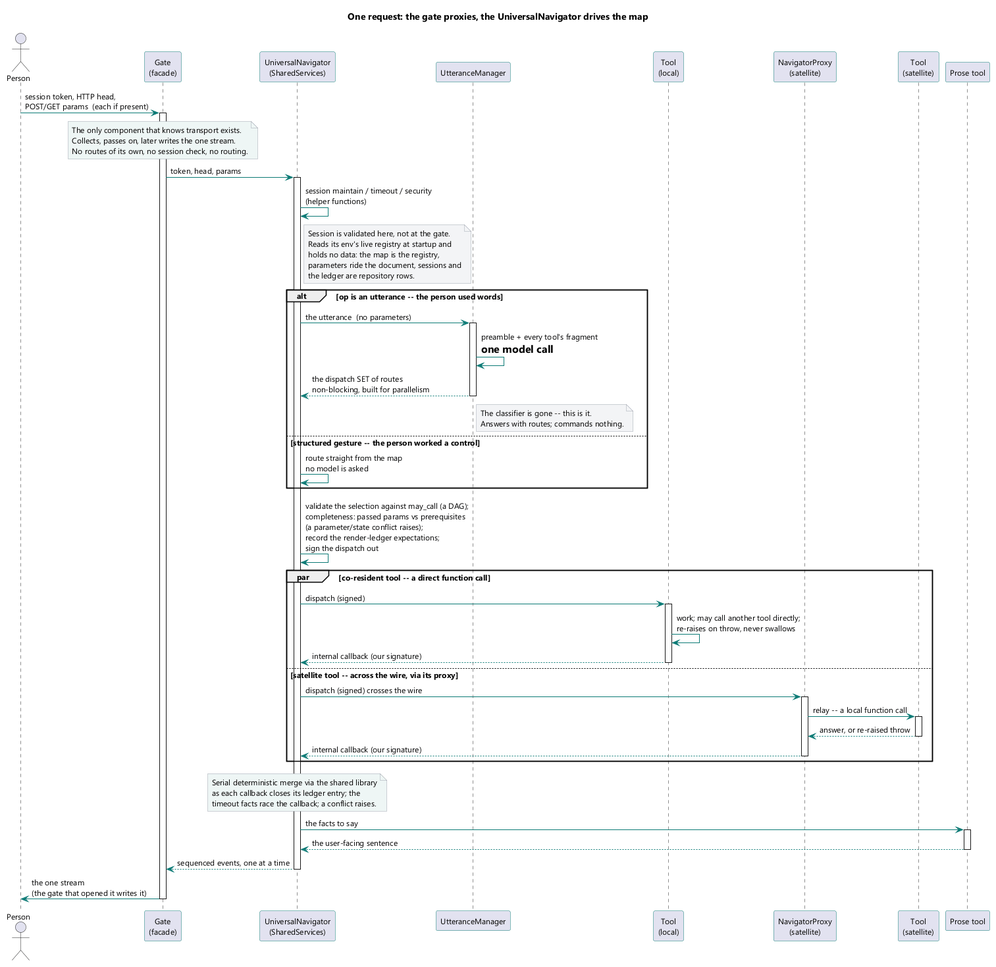
The PlantUML diagram brain/machine_artifacts/diagramsAndImages/rendered/findcare_gate_sequence.png in SkipSnow/ChatHealthyRepo, before a commit.
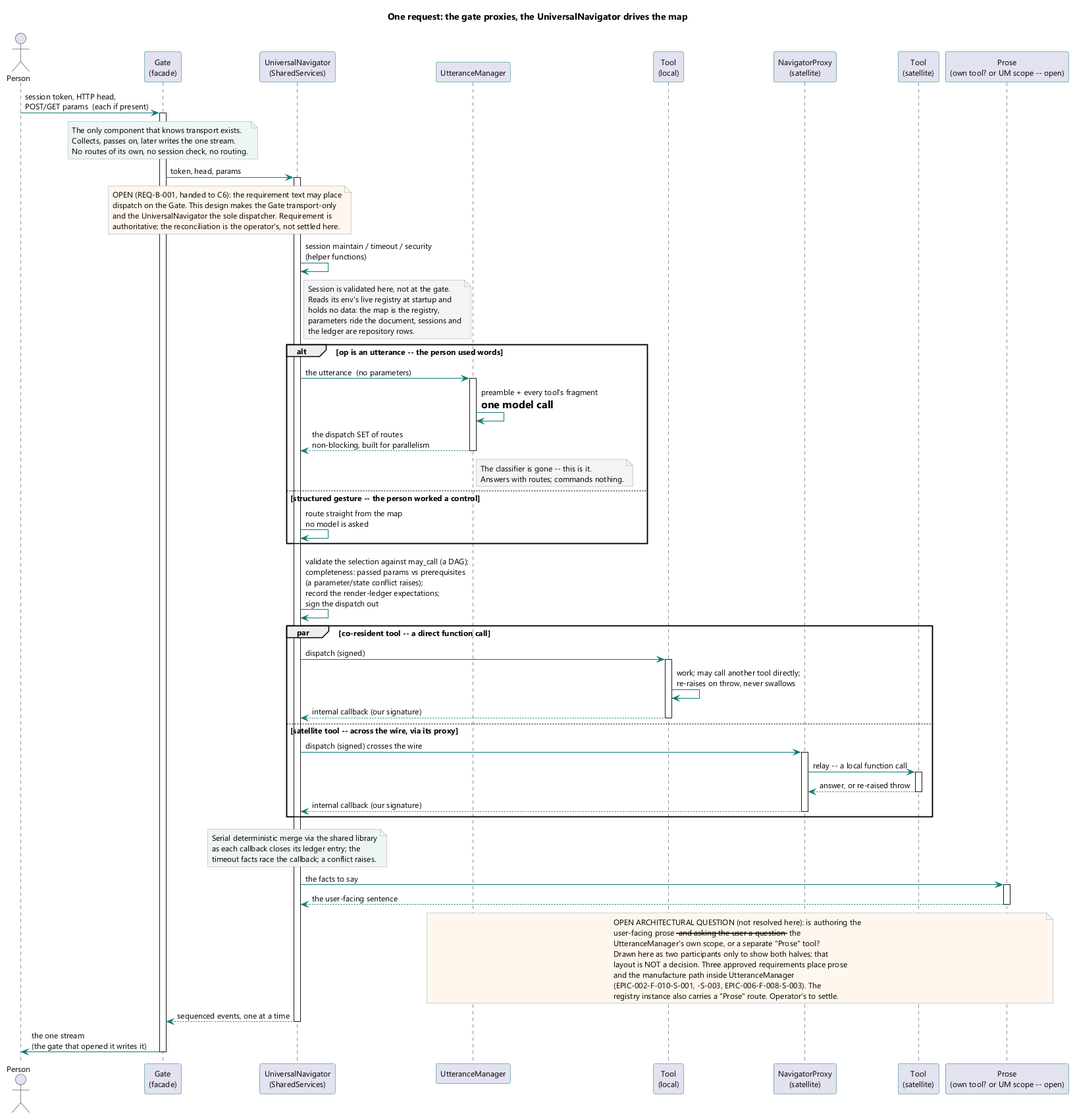
The same diagram one commit later.

The edit, as a diff of the source:
```diff
@@ -16,7 +16,7 @@
 participant "Tool\n(local)" as LOC
 participant "NavigatorProxy\n(satellite)" as PXY
 participant "Tool\n(satellite)" as SAT
-participant "Prose tool" as PROSE
+participant "Prose\n(own tool? or UM scope -- open)" as PROSE
 
 Person -> GATE : session token, HTTP head,\nPOST/GET params  (each if present)
 activate GATE
@@ -27,6 +27,13 @@
 end note
 GATE -> UN : token, head, params
 activate UN
+
+note over GATE, UN #fff7ed
+  OPEN (REQ-B-001, handed to C6): the requirement text may place
+  dispatch on the Gate. This design makes the Gate transport-only
+  and the UniversalNavigator the sole dispatcher. Requirement is
+  authoritative; the reconciliation is the operator's, not settled here.
+end note
 
 UN -> UN : session maintain / timeout / security\n(helper functions)
 note right of UN #f3f4f6
@@ -80,6 +87,16 @@
 activate PROSE
 PROSE --> UN : the user-facing sentence
 deactivate PROSE
+note over UM, PROSE #fff7ed
+  OPEN ARCHITECTURAL QUESTION (not resolved here): is authoring the
+  user-facing prose -- and asking the user a question -- the
+  UtteranceManager's own scope, or a separate "Prose" tool?
+  Drawn here as two participants only to show both halves; that
+  layout is NOT a decision. Three approved requirements place prose
+  and the manufacture path inside UtteranceManager
+  (EPIC-002-F-010-S-001, -S-003, EPIC-006-F-008-S-003). The
+  registry instance also carries a "Prose" route. Operator's to settle.
+end note
 
 UN --> GATE : sequenced events, one at a time
 deactivate UN
```
